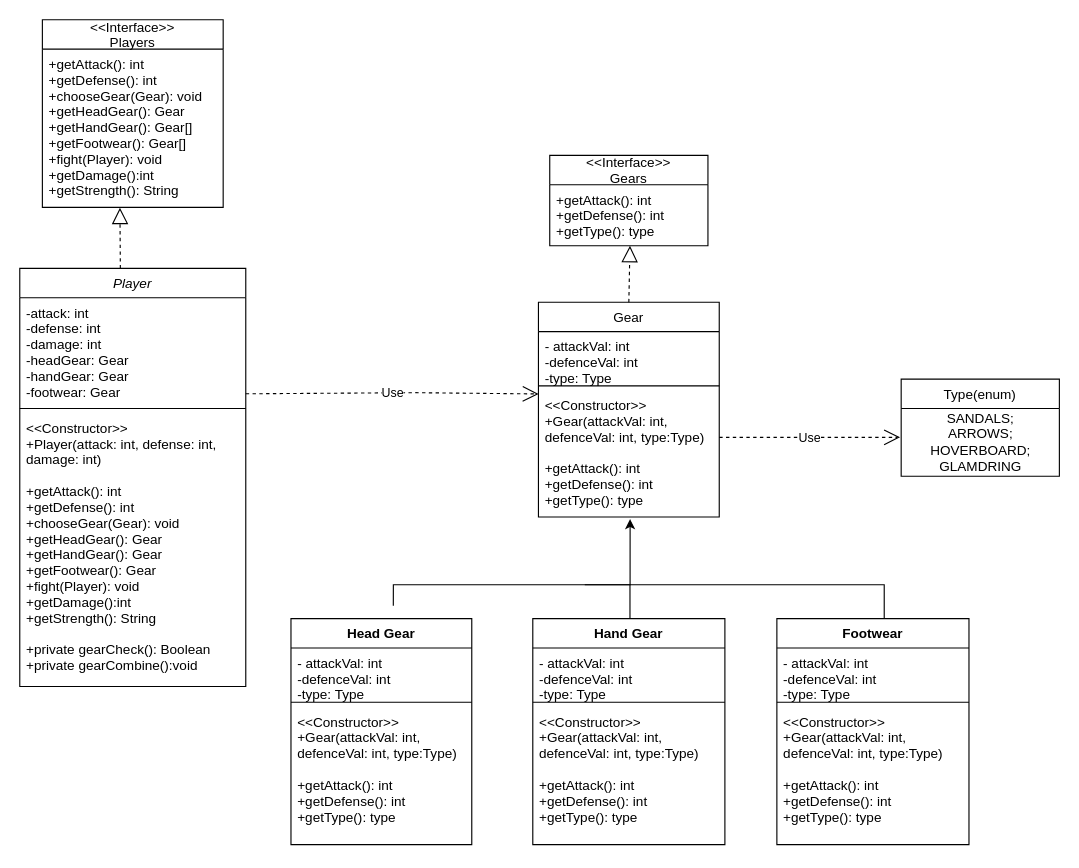
Above: Untitled Diagram.drawio in zj-yan/Luc (draw.io), before the change. Source tidied: cells renumbered, new cells numbered last; positions are measured from the earlier drawing's top-left corner, leaving out a move shared by most shapes. Both pictures are drawn from the tidied source at 113%, with x=0, y=0 at pixel (19, 19).
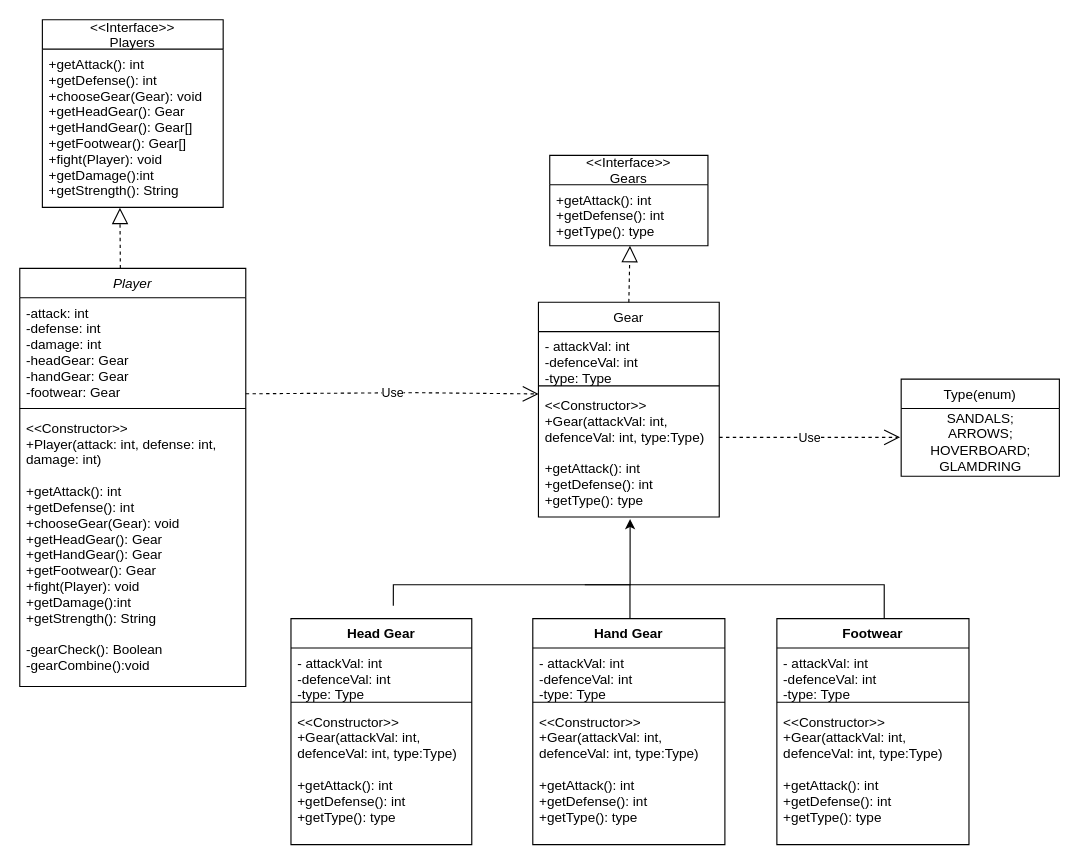
The same diagram, later.

The change refers to these unchanged cells:
```xml
<mxCell id="2" value="Player" style="swimlane;fontStyle=2;align=center;verticalAlign=top;horizontal=1;startSize=26;rounded=0;shadow=0;strokeWidth=1;" parent="1" vertex="1">
  <mxGeometry y="220" width="200" height="370" as="geometry" />
</mxCell>
```

What changed in the source:
```diff
@@
-    <mxCell id="5" value="&lt;&lt;Constructor&gt;&gt;&#10;+Player(attack: int, defense: int,&#10;damage: int)&#10;&#10;+getAttack(): int&#10;+getDefense(): int&#10;+chooseGear(Gear): void&#10;+getHeadGear(): Gear&#10;+getHandGear(): Gear&#10;+getFootwear(): Gear&#10;+fight(Player): void&#10;+getDamage():int&#10;+getStrength(): String&#10;&#10;+private gearCheck(): Boolean&#10;+private gearCombine():void" style="text;align=left;verticalAlign=top;spacingLeft=4;spacingRight=4;overflow=hidden;rounded=0;shadow=0;html=0;" parent="2" vertex="1">
+    <mxCell id="5" value="&lt;&lt;Constructor&gt;&gt;&#10;+Player(attack: int, defense: int,&#10;damage: int)&#10;&#10;+getAttack(): int&#10;+getDefense(): int&#10;+chooseGear(Gear): void&#10;+getHeadGear(): Gear&#10;+getHandGear(): Gear&#10;+getFootwear(): Gear&#10;+fight(Player): void&#10;+getDamage():int&#10;+getStrength(): String&#10;&#10;-gearCheck(): Boolean&#10;-gearCombine():void" style="text;align=left;verticalAlign=top;spacingLeft=4;spacingRight=4;overflow=hidden;rounded=0;shadow=0;html=0;" parent="2" vertex="1">
       <mxGeometry y="128" width="200" height="242" as="geometry" />
     </mxCell>
```
